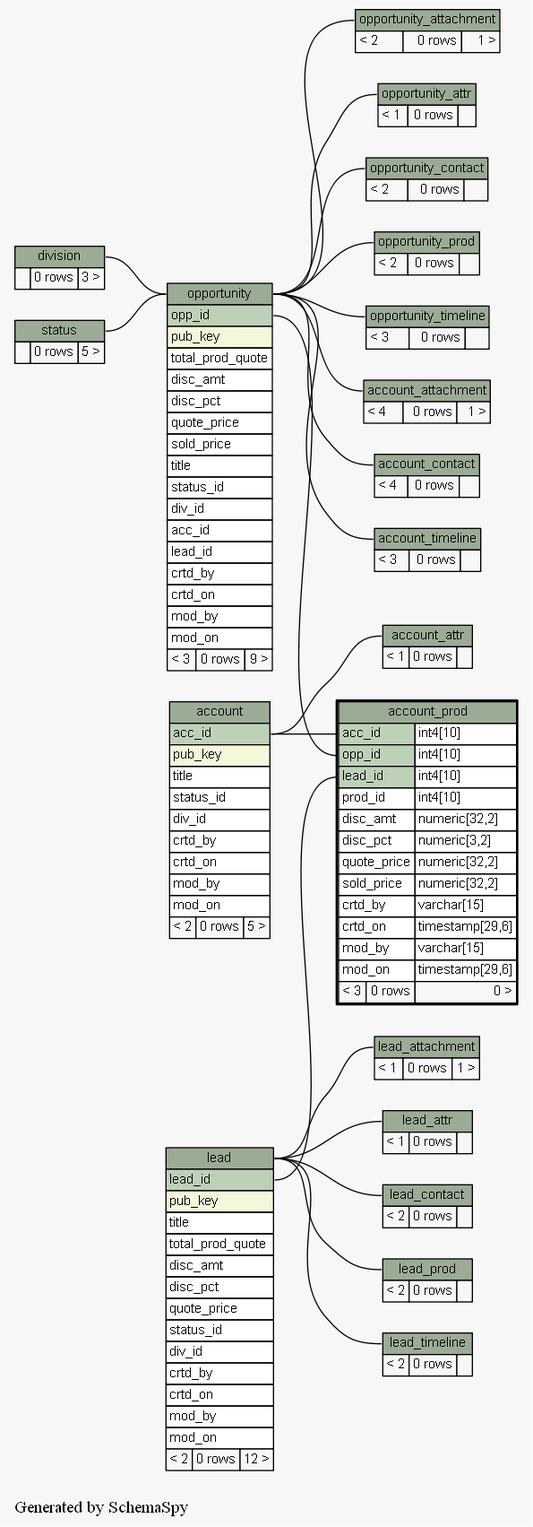
Before: docs/database/schemaspy/graphs/account_prod.2degrees.png, a diagram exported from Graphviz (engineerscraft/salesforce). Its source is kept beside it as docs/database/schemaspy/graphs/account_prod.2degrees.dot.
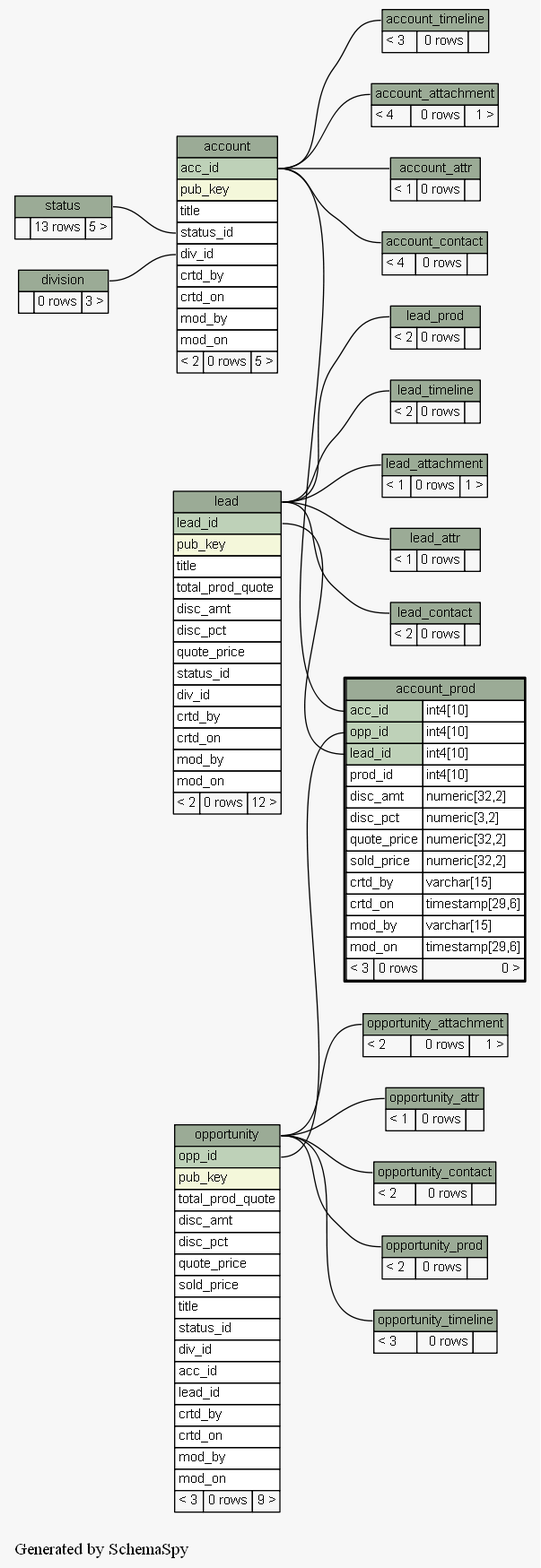
The same diagram one commit later.

The edit, as a diff of the source:
```diff
@@ -13,20 +13,20 @@
   edge [
     arrowsize="0.8"
   ];
-  "account_attachment":"account_attachment.heading":w -> "opportunity":"opportunity.heading":e [arrowtail=crowodot arrowhead=none];
+  "account":"div_id":w -> "division":"division.heading":e [arrowtail=crowtee arrowhead=none];
+  "account":"status_id":w -> "status":"status.heading":e [arrowtail=crowtee arrowhead=none];
+  "account_attachment":"account_attachment.heading":w -> "account":"acc_id":e [arrowtail=crowtee arrowhead=none];
   "account_attr":"account_attr.heading":w -> "account":"acc_id":e [arrowtail=tee arrowhead=none];
-  "account_contact":"account_contact.heading":w -> "opportunity":"opportunity.heading":e [arrowtail=crowtee arrowhead=none];
+  "account_contact":"account_contact.heading":w -> "account":"acc_id":e [arrowtail=crowtee arrowhead=none];
   "account_prod":"acc_id":w -> "account":"acc_id":e [arrowtail=crowtee arrowhead=none];
   "account_prod":"lead_id":w -> "lead":"lead_id":e [arrowtail=crowtee arrowhead=none];
   "account_prod":"opp_id":w -> "opportunity":"opp_id":e [arrowtail=crowtee arrowhead=none];
-  "account_timeline":"account_timeline.heading":w -> "opportunity":"opportunity.heading":e [arrowtail=crowodot arrowhead=none];
+  "account_timeline":"account_timeline.heading":w -> "account":"acc_id":e [arrowtail=crowtee arrowhead=none];
   "lead_attachment":"lead_attachment.heading":w -> "lead":"lead.heading":e [arrowtail=crowtee arrowhead=none];
   "lead_attr":"lead_attr.heading":w -> "lead":"lead.heading":e [arrowtail=tee arrowhead=none];
   "lead_contact":"lead_contact.heading":w -> "lead":"lead.heading":e [arrowtail=crowtee arrowhead=none];
   "lead_prod":"lead_prod.heading":w -> "lead":"lead.heading":e [arrowtail=crowtee arrowhead=none];
   "lead_timeline":"lead_timeline.heading":w -> "lead":"lead.heading":e [arrowtail=crowtee arrowhead=none];
-  "opportunity":"opportunity.heading":w -> "division":"division.heading":e [arrowtail=crowtee arrowhead=none];
-  "opportunity":"opportunity.heading":w -> "status":"status.heading":e [arrowtail=crowtee arrowhead=none];
   "opportunity_attachment":"opportunity_attachment.heading":w -> "opportunity":"opportunity.heading":e [arrowtail=crowtee arrowhead=none];
   "opportunity_attr":"opportunity_attr.heading":w -> "opportunity":"opportunity.heading":e [arrowtail=tee arrowhead=none];
   "opportunity_contact":"opportunity_contact.heading":w -> "opportunity":"opportunity.heading":e [arrowtail=crowtee arrowhead=none];
@@ -257,7 +257,7 @@
     label=<
     <TABLE BORDER="0" CELLBORDER="1" CELLSPACING="0" BGCOLOR="#ffffff">
       <TR><TD PORT="status.heading" COLSPAN="3" BGCOLOR="#9bab96" ALIGN="CENTER">status</TD></TR>
-      <TR><TD ALIGN="LEFT" BGCOLOR="#f7f7f7">  </TD><TD ALIGN="RIGHT" BGCOLOR="#f7f7f7">0 rows</TD><TD ALIGN="RIGHT" BGCOLOR="#f7f7f7">5 &gt;</TD></TR>
+      <TR><TD ALIGN="LEFT" BGCOLOR="#f7f7f7">  </TD><TD ALIGN="RIGHT" BGCOLOR="#f7f7f7">13 rows</TD><TD ALIGN="RIGHT" BGCOLOR="#f7f7f7">5 &gt;</TD></TR>
     </TABLE>>
     URL="status.html#graph"
     tooltip="status"
```
